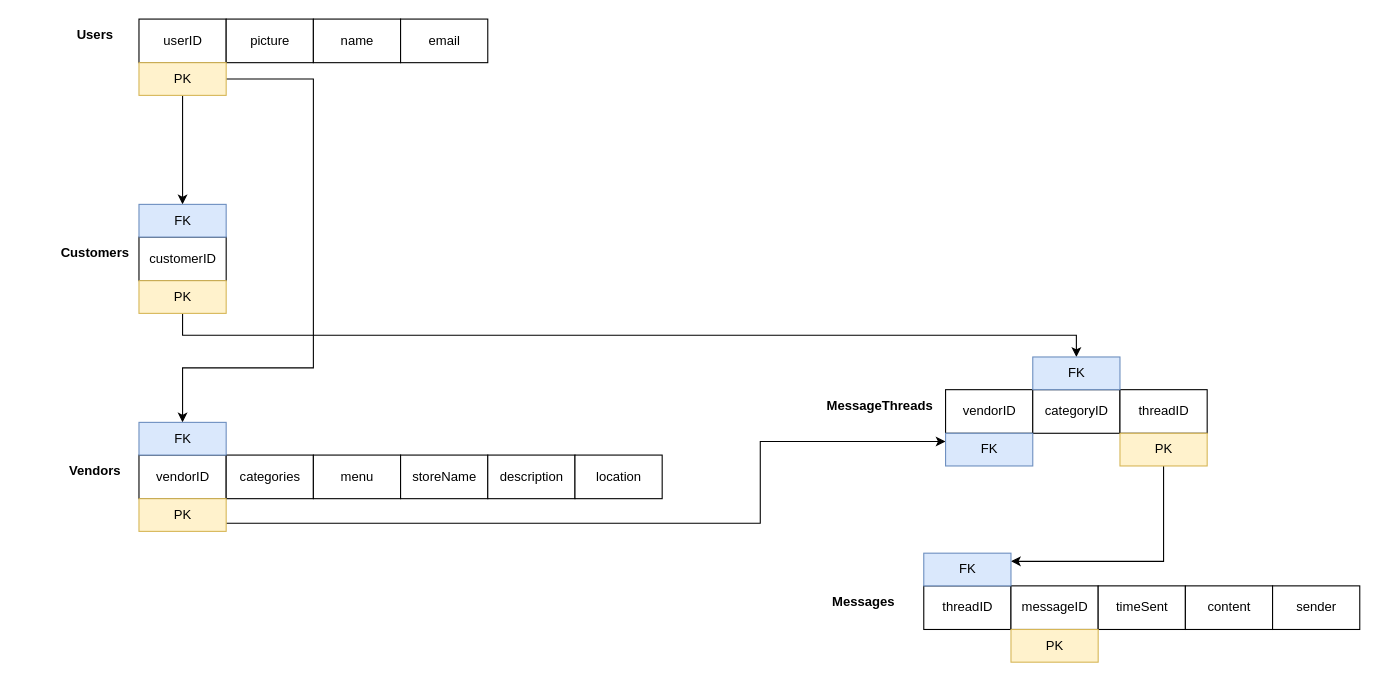
Earlier version of the draw.io diagram VendorFinder.drawio (thanhnguyen210299/CSULB-CECS-491A-_-SENIOR-PROJECT). Source tidied: cells renumbered, new cells numbered last; positions are measured from the earlier drawing's top-left corner, leaving out a move shared by most shapes. Both pictures are drawn from the tidied source at 109%, with x=0, y=0 at pixel (62, 19).
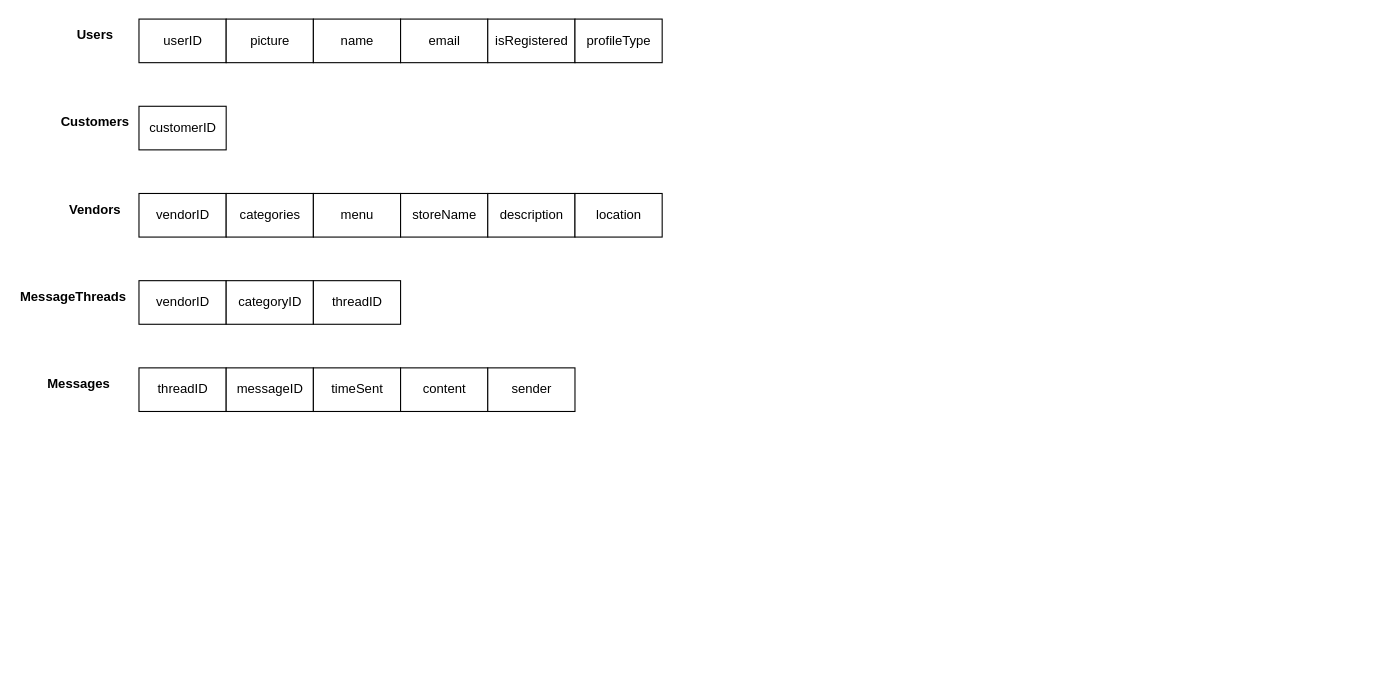
The same diagram, later.

The edit, as a diff of the source:
```diff
@@
-    <mxCell id="6" style="edgeStyle=orthogonalEdgeStyle;rounded=0;jettySize=auto;html=1;exitX=0.5;exitY=1;exitDx=0;exitDy=0;entryX=0.5;entryY=0;entryDx=0;entryDy=0;" parent="1" edge="1" source="8" target="14">
-      <mxGeometry relative="1" as="geometry" />
-    </mxCell>
-    <mxCell id="7" style="edgeStyle=orthogonalEdgeStyle;rounded=0;jettySize=auto;html=1;exitX=1;exitY=0.5;exitDx=0;exitDy=0;entryX=0.5;entryY=0;entryDx=0;entryDy=0;" parent="1" edge="1" source="8" target="24">
-      <mxGeometry relative="1" as="geometry">
-        <Array as="points">
-          <mxPoint x="230" y="55" />
-          <mxPoint x="230" y="320" />
-          <mxPoint x="110" y="320" />
-        </Array>
-      </mxGeometry>
-    </mxCell>
-    <mxCell id="8" value="PK" style="html=1;fillColor=#fff2cc;strokeColor=#d6b656;" parent="1" vertex="1">
-      <mxGeometry x="70" y="40" width="80" height="30" as="geometry" />
-    </mxCell>
@@
     <mxCell id="10" value="customerID" style="html=1;" parent="1" vertex="1">
-      <mxGeometry x="70" y="200" width="80" height="40" as="geometry" />
+      <mxGeometry x="70" y="80" width="80" height="40" as="geometry" />
     </mxCell>
-    <mxCell id="11" style="edgeStyle=orthogonalEdgeStyle;rounded=0;jettySize=auto;html=1;exitX=0.5;exitY=1;exitDx=0;exitDy=0;entryX=0.5;entryY=0;entryDx=0;entryDy=0;" parent="1" edge="1" source="12" target="32">
-      <mxGeometry relative="1" as="geometry">
-        <Array as="points">
-          <mxPoint x="110" y="290" />
-          <mxPoint x="930" y="290" />
-        </Array>
-      </mxGeometry>
-    </mxCell>
-    <mxCell id="12" value="PK" style="html=1;fillColor=#fff2cc;strokeColor=#d6b656;" parent="1" vertex="1">
-      <mxGeometry x="70" y="240" width="80" height="30" as="geometry" />
-    </mxCell>
     <mxCell id="13" value="&lt;b&gt;Customers&lt;/b&gt;" style="text;html=1;strokeColor=none;fillColor=none;align=center;verticalAlign=middle;whiteSpace=wrap;rounded=0;" parent="1" vertex="1">
-      <mxGeometry y="200" width="60" height="30" as="geometry" />
+      <mxGeometry y="80" width="60" height="30" as="geometry" />
     </mxCell>
-    <mxCell id="14" value="FK" style="html=1;fillColor=#dae8fc;strokeColor=#6c8ebf;" parent="1" vertex="1">
-      <mxGeometry x="70" y="170" width="80" height="30" as="geometry" />
-    </mxCell>
     <mxCell id="15" value="vendorID" style="html=1;" parent="1" vertex="1">
-      <mxGeometry x="70" y="400" width="80" height="40" as="geometry" />
+      <mxGeometry x="70" y="160" width="80" height="40" as="geometry" />
     </mxCell>
     <mxCell id="16" value="categories" style="html=1;" parent="1" vertex="1">
-      <mxGeometry x="150" y="400" width="80" height="40" as="geometry" />
+      <mxGeometry x="150" y="160" width="80" height="40" as="geometry" />
     </mxCell>
     <mxCell id="17" value="menu" style="html=1;" parent="1" vertex="1">
-      <mxGeometry x="230" y="400" width="80" height="40" as="geometry" />
+      <mxGeometry x="230" y="160" width="80" height="40" as="geometry" />
     </mxCell>
     <mxCell id="18" value="storeName" style="html=1;" parent="1" vertex="1">
-      <mxGeometry x="310" y="400" width="80" height="40" as="geometry" />
+      <mxGeometry x="310" y="160" width="80" height="40" as="geometry" />
     </mxCell>
-    <mxCell id="19" style="edgeStyle=orthogonalEdgeStyle;rounded=0;jettySize=auto;html=1;exitX=1;exitY=0.75;exitDx=0;exitDy=0;entryX=0;entryY=0.25;entryDx=0;entryDy=0;" parent="1" edge="1" source="20" target="31">
-      <mxGeometry relative="1" as="geometry">
-        <Array as="points">
-          <mxPoint x="640" y="463" />
-          <mxPoint x="640" y="388" />
-        </Array>
-      </mxGeometry>
-    </mxCell>
-    <mxCell id="20" value="PK" style="html=1;fillColor=#fff2cc;strokeColor=#d6b656;" parent="1" vertex="1">
-      <mxGeometry x="70" y="440" width="80" height="30" as="geometry" />
-    </mxCell>
     <mxCell id="21" value="&lt;b&gt;Vendors&lt;/b&gt;" style="text;html=1;strokeColor=none;fillColor=none;align=center;verticalAlign=middle;whiteSpace=wrap;rounded=0;" parent="1" vertex="1">
-      <mxGeometry y="400" width="60" height="30" as="geometry" />
+      <mxGeometry y="160" width="60" height="30" as="geometry" />
     </mxCell>
     <mxCell id="22" value="description" style="html=1;" parent="1" vertex="1">
-      <mxGeometry x="390" y="400" width="80" height="40" as="geometry" />
+      <mxGeometry x="390" y="160" width="80" height="40" as="geometry" />
     </mxCell>
     <mxCell id="23" value="location" style="html=1;" parent="1" vertex="1">
-      <mxGeometry x="470" y="400" width="80" height="40" as="geometry" />
+      <mxGeometry x="470" y="160" width="80" height="40" as="geometry" />
     </mxCell>
-    <mxCell id="24" value="FK" style="html=1;fillColor=#dae8fc;strokeColor=#6c8ebf;" parent="1" vertex="1">
-      <mxGeometry x="70" y="370" width="80" height="30" as="geometry" />
-    </mxCell>
     <mxCell id="25" value="vendorID" style="html=1;" parent="1" vertex="1">
-      <mxGeometry x="810" y="340" width="80" height="40" as="geometry" />
+      <mxGeometry x="70" y="240" width="80" height="40" as="geometry" />
     </mxCell>
     <mxCell id="26" value="categoryID" style="html=1;" parent="1" vertex="1">
-      <mxGeometry x="890" y="340" width="80" height="40" as="geometry" />
+      <mxGeometry x="150" y="240" width="80" height="40" as="geometry" />
     </mxCell>
     <mxCell id="27" value="threadID" style="html=1;" parent="1" vertex="1">
-      <mxGeometry x="970" y="340" width="80" height="40" as="geometry" />
+      <mxGeometry x="230" y="240" width="80" height="40" as="geometry" />
     </mxCell>
-    <mxCell id="28" style="edgeStyle=orthogonalEdgeStyle;rounded=0;jettySize=auto;html=1;exitX=0.5;exitY=1;exitDx=0;exitDy=0;entryX=1;entryY=0.25;entryDx=0;entryDy=0;" parent="1" edge="1" source="29" target="40">
-      <mxGeometry relative="1" as="geometry" />
-    </mxCell>
-    <mxCell id="29" value="PK" style="html=1;fillColor=#fff2cc;strokeColor=#d6b656;" parent="1" vertex="1">
-      <mxGeometry x="970" y="380" width="80" height="30" as="geometry" />
-    </mxCell>
     <mxCell id="30" value="&lt;b&gt;MessageThreads&lt;/b&gt;" style="text;html=1;strokeColor=none;fillColor=none;align=center;verticalAlign=middle;whiteSpace=wrap;rounded=0;" parent="1" vertex="1">
-      <mxGeometry x="700" y="340" width="100" height="30" as="geometry" />
+      <mxGeometry x="-40" y="240" width="100" height="30" as="geometry" />
     </mxCell>
-    <mxCell id="31" value="FK" style="html=1;fillColor=#dae8fc;strokeColor=#6c8ebf;" parent="1" vertex="1">
-      <mxGeometry x="810" y="380" width="80" height="30" as="geometry" />
-    </mxCell>
-    <mxCell id="32" value="FK" style="html=1;fillColor=#dae8fc;strokeColor=#6c8ebf;" parent="1" vertex="1">
-      <mxGeometry x="890" y="310" width="80" height="30" as="geometry" />
-    </mxCell>
     <mxCell id="33" value="threadID" style="html=1;" parent="1" vertex="1">
-      <mxGeometry x="790" y="520" width="80" height="40" as="geometry" />
+      <mxGeometry x="70" y="320" width="80" height="40" as="geometry" />
     </mxCell>
     <mxCell id="34" value="messageID" style="html=1;" parent="1" vertex="1">
-      <mxGeometry x="870" y="520" width="80" height="40" as="geometry" />
+      <mxGeometry x="150" y="320" width="80" height="40" as="geometry" />
     </mxCell>
     <mxCell id="35" value="timeSent" style="html=1;" parent="1" vertex="1">
-      <mxGeometry x="950" y="520" width="80" height="40" as="geometry" />
+      <mxGeometry x="230" y="320" width="80" height="40" as="geometry" />
     </mxCell>
     <mxCell id="36" value="content" style="html=1;" parent="1" vertex="1">
-      <mxGeometry x="1030" y="520" width="80" height="40" as="geometry" />
+      <mxGeometry x="310" y="320" width="80" height="40" as="geometry" />
     </mxCell>
-    <mxCell id="37" value="PK" style="html=1;fillColor=#fff2cc;strokeColor=#d6b656;" parent="1" vertex="1">
-      <mxGeometry x="870" y="560" width="80" height="30" as="geometry" />
-    </mxCell>
     <mxCell id="38" value="&lt;b&gt;Messages&lt;/b&gt;" style="text;html=1;strokeColor=none;fillColor=none;align=center;verticalAlign=middle;whiteSpace=wrap;rounded=0;" parent="1" vertex="1">
-      <mxGeometry x="690" y="520" width="90" height="30" as="geometry" />
+      <mxGeometry x="-30" y="320" width="90" height="30" as="geometry" />
     </mxCell>
     <mxCell id="39" value="sender" style="html=1;" parent="1" vertex="1">
-      <mxGeometry x="1110" y="520" width="80" height="40" as="geometry" />
+      <mxGeometry x="390" y="320" width="80" height="40" as="geometry" />
     </mxCell>
-    <mxCell id="40" value="FK" style="html=1;fillColor=#dae8fc;strokeColor=#6c8ebf;" parent="1" vertex="1">
-      <mxGeometry x="790" y="490" width="80" height="30" as="geometry" />
-    </mxCell>
+    <mxCell id="41" value="isRegistered" style="html=1;" parent="1" vertex="1">
+      <mxGeometry x="390" width="80" height="40" as="geometry" />
+    </mxCell>
+    <mxCell id="42" value="profileType" style="html=1;" parent="1" vertex="1">
+      <mxGeometry x="470" width="80" height="40" as="geometry" />
+    </mxCell>
```
